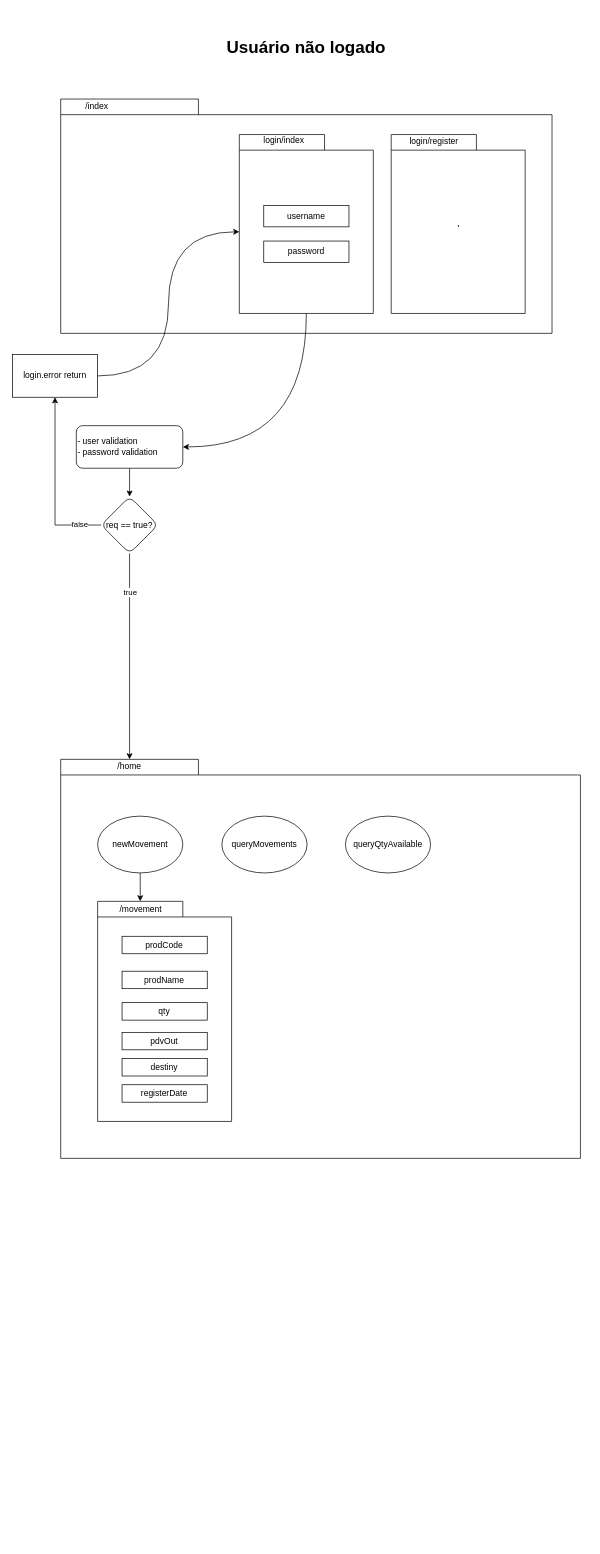
The draw.io diagram Diagrama sem nome.drawio in caioreges/caioreges, before the edit. Source tidied: cells renumbered, new cells numbered last; positions are measured from the earlier drawing's top-left corner, leaving out a move shared by most shapes. Both pictures are drawn from the tidied source at 71%, with x=0, y=0 at pixel (12, 28).
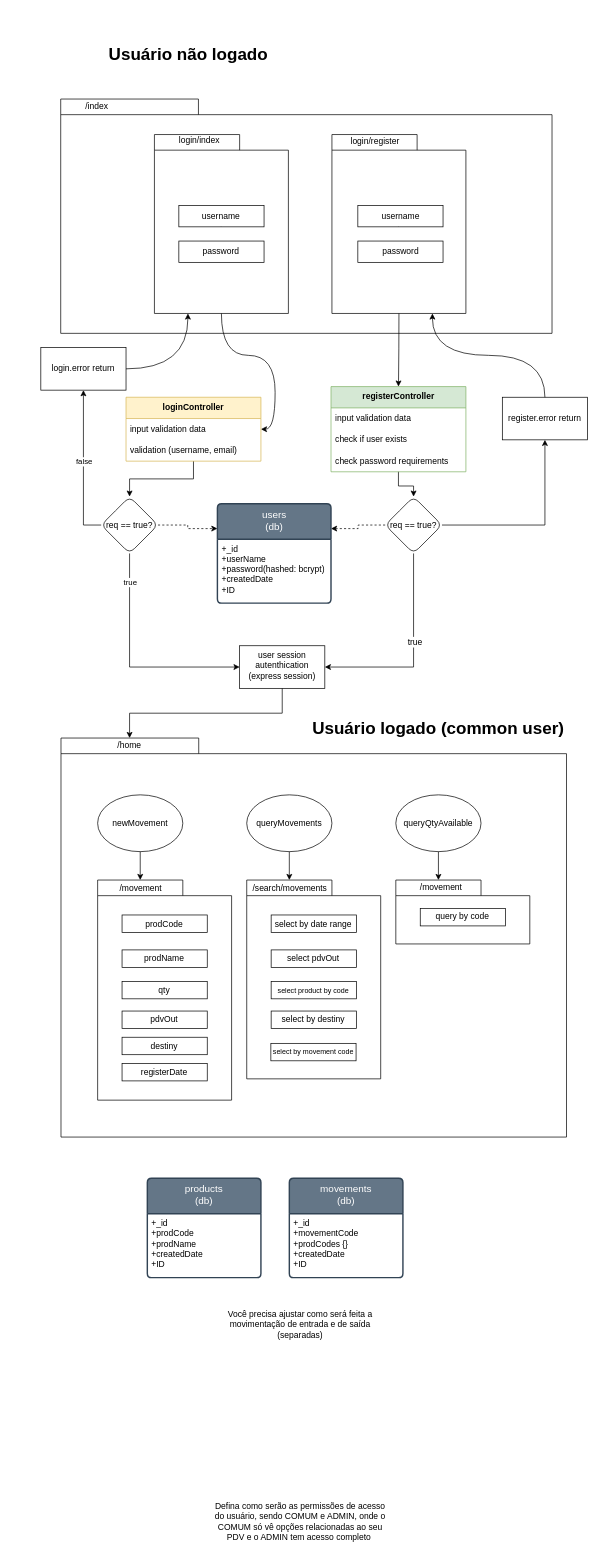
After the change.

Commit message:
interface de login e cadastro criadas

Unchanged cells that the change refers to:
```xml
<mxCell id="4" style="group;" parent="1" vertex="1">
  <mxGeometry x="68" y="100" width="692" height="330" as="geometry" />
</mxCell>
<mxCell id="8" value="'" style="shape=folder;fontStyle=1;spacingTop=10;tabWidth=120;tabHeight=22;tabPosition=left;html=1;rounded=0;shadow=0;comic=0;labelBackgroundColor=none;strokeWidth=1;fillColor=none;fontFamily=Verdana;fontSize=10;align=center;" parent="7" vertex="1">
  <mxGeometry width="188.7" height="252" as="geometry" />
</mxCell>
<mxCell id="13" value="'" style="shape=folder;fontStyle=1;spacingTop=10;tabWidth=120;tabHeight=22;tabPosition=left;html=1;rounded=0;shadow=0;comic=0;labelBackgroundColor=none;strokeWidth=1;fillColor=none;fontFamily=Verdana;fontSize=10;align=center;" parent="12" vertex="1">
  <mxGeometry width="188.7" height="252" as="geometry" />
</mxCell>
<mxCell id="20" value="req == true?" style="rhombus;whiteSpace=wrap;html=1;align=center;rounded=1;" parent="1" vertex="1">
  <mxGeometry x="125" y="660" width="80" height="80" as="geometry" />
</mxCell>
```

The edit, as a diff of the source:
```diff
@@
     <mxCell id="2" value="&lt;h3&gt;&lt;b&gt;&lt;font style=&quot;font-size: 24px;&quot;&gt;Usuário não logado&lt;/font&gt;&lt;/b&gt;&lt;/h3&gt;" style="text;html=1;align=center;verticalAlign=middle;whiteSpace=wrap;rounded=0;fontSize=25;" parent="1" vertex="1">
-      <mxGeometry x="234" width="360" height="50" as="geometry" />
+      <mxGeometry x="68.4" y="10" width="360" height="50" as="geometry" />
     </mxCell>
     <mxCell id="3" style="shape=folder;fontStyle=1;spacingTop=10;tabWidth=194;tabHeight=22;tabPosition=left;html=1;rounded=0;shadow=0;comic=0;labelBackgroundColor=none;strokeWidth=1;fillColor=none;fontFamily=Verdana;fontSize=10;align=center;direction=east;" parent="1" vertex="1">
-      <mxGeometry x="68" y="1030" width="732" height="562" as="geometry" />
+      <mxGeometry x="68.4" y="1000" width="712" height="562" as="geometry" />
     </mxCell>
@@
     <mxCell id="7" style="group;align=left;" parent="4" vertex="1">
-      <mxGeometry x="251.6" y="50" width="188.7" height="252" as="geometry" />
+      <mxGeometry x="132" y="50" width="188.7" height="252" as="geometry" />
     </mxCell>
@@
     <mxCell id="12" style="group;" parent="4" vertex="1">
-      <mxGeometry x="465.5" y="50" width="188.7" height="252" as="geometry" />
+      <mxGeometry x="382" y="50" width="188.7" height="252" as="geometry" />
     </mxCell>
@@
-    <mxCell id="15" style="edgeStyle=orthogonalEdgeStyle;rounded=0;jettySize=auto;html=1;" parent="1" edge="1" source="16" target="20">
-      <mxGeometry relative="1" as="geometry" />
-    </mxCell>
-    <mxCell id="16" value="- user validation&lt;div&gt;- password validation&lt;/div&gt;" style="rounded=1;whiteSpace=wrap;html=1;align=left;" parent="1" vertex="1">
-      <mxGeometry x="90" y="560" width="150" height="60" as="geometry" />
-    </mxCell>
-    <mxCell id="17" style="edgeStyle=orthogonalEdgeStyle;rounded=0;jettySize=auto;html=1;curved=1;entryX=1;entryY=0.5;entryDx=0;entryDy=0;exitX=0.5;exitY=1;exitDx=0;exitDy=0;exitPerimeter=0;" parent="1" edge="1" source="8" target="16">
-      <mxGeometry relative="1" as="geometry" />
-    </mxCell>
+    <mxCell id="39" value="username" style="rounded=0;whiteSpace=wrap;html=1;" parent="12" vertex="1">
+      <mxGeometry x="36.5" y="100" width="120" height="30" as="geometry" />
+    </mxCell>
+    <mxCell id="40" value="password" style="rounded=0;whiteSpace=wrap;html=1;" parent="12" vertex="1">
+      <mxGeometry x="36.5" y="150" width="120" height="30" as="geometry" />
+    </mxCell>
-    <mxCell id="18" style="edgeStyle=orthogonalEdgeStyle;rounded=0;jettySize=auto;html=1;" parent="1" edge="1" source="20" target="21">
+    <mxCell id="18" style="edgeStyle=orthogonalEdgeStyle;rounded=0;jettySize=auto;html=1;exitX=0;exitY=0.5;exitDx=0;exitDy=0;" parent="1" edge="1" source="20" target="21">
       <mxGeometry relative="1" as="geometry" />
     </mxCell>
     <mxCell id="19" value="false" style="edgeLabel;html=1;align=center;verticalAlign=middle;" parent="18" vertex="1">
-      <mxGeometry x="-0.75" y="-2" relative="1" as="geometry" />
+      <mxGeometry x="-0.75" y="-2" relative="1" as="geometry">
+        <mxPoint x="-2" y="-88" as="offset" />
+      </mxGeometry>
     </mxCell>
+    <mxCell id="41" style="edgeStyle=orthogonalEdgeStyle;rounded=0;jettySize=auto;html=1;entryX=0;entryY=0.25;entryDx=0;entryDy=0;fontFamily=Helvetica;fontSize=12;fontColor=default;dashed=1;endArrow=classic;endFill=1;" parent="1" edge="1" source="20" target="68">
+      <mxGeometry relative="1" as="geometry" />
+    </mxCell>
@@
     <mxCell id="21" value="login.error return" style="rounded=0;whiteSpace=wrap;html=1;" parent="1" vertex="1">
-      <mxGeometry y="460" width="120" height="60" as="geometry" />
+      <mxGeometry x="40" y="450" width="120" height="60" as="geometry" />
     </mxCell>
-    <mxCell id="22" style="rounded=1;jettySize=auto;html=1;entryX=0;entryY=0;entryDx=0;entryDy=137;entryPerimeter=0;edgeStyle=orthogonalEdgeStyle;curved=1;" parent="1" edge="1" source="21" target="8">
+    <mxCell id="22" style="rounded=1;jettySize=auto;html=1;entryX=0.25;entryY=1;entryDx=0;entryDy=0;entryPerimeter=0;edgeStyle=orthogonalEdgeStyle;curved=1;" parent="1" edge="1" source="21" target="8">
       <mxGeometry relative="1" as="geometry" />
     </mxCell>
-    <mxCell id="23" style="edgeStyle=orthogonalEdgeStyle;rounded=0;jettySize=auto;html=1;entryX=0;entryY=0;entryDx=97;entryDy=0;entryPerimeter=0;" parent="1" edge="1" source="20" target="3">
+    <mxCell id="23" style="edgeStyle=orthogonalEdgeStyle;rounded=0;jettySize=auto;html=1;exitX=0.5;exitY=1;exitDx=0;exitDy=0;entryX=0;entryY=0.5;entryDx=0;entryDy=0;" parent="1" edge="1" source="20" target="67">
       <mxGeometry relative="1" as="geometry" />
     </mxCell>
     <mxCell id="24" value="true" style="edgeLabel;html=1;align=center;verticalAlign=middle;" parent="23" vertex="1">
-      <mxGeometry x="-0.63" relative="1" as="geometry" />
+      <mxGeometry x="-0.63" relative="1" as="geometry">
+        <mxPoint y="-18" as="offset" />
+      </mxGeometry>
     </mxCell>
     <mxCell id="25" value="/home" style="text;html=1;align=center;verticalAlign=middle;whiteSpace=wrap;rounded=0;" parent="1" vertex="1">
-      <mxGeometry x="135" y="1030" width="60" height="20" as="geometry" />
+      <mxGeometry x="135" y="1000" width="60" height="20" as="geometry" />
     </mxCell>
     <mxCell id="26" value="newMovement" style="ellipse;whiteSpace=wrap;html=1;" parent="1" vertex="1">
-      <mxGeometry x="120" y="1110" width="120" height="80" as="geometry" />
+      <mxGeometry x="120" y="1080" width="120" height="80" as="geometry" />
     </mxCell>
     <mxCell id="27" value="queryMovements" style="ellipse;whiteSpace=wrap;html=1;" parent="1" vertex="1">
-      <mxGeometry x="295" y="1110" width="120" height="80" as="geometry" />
+      <mxGeometry x="330" y="1080" width="120" height="80" as="geometry" />
     </mxCell>
     <mxCell id="28" value="queryQtyAvailable" style="ellipse;whiteSpace=wrap;html=1;" parent="1" vertex="1">
-      <mxGeometry x="469" y="1110" width="120" height="80" as="geometry" />
+      <mxGeometry x="540" y="1080" width="120" height="80" as="geometry" />
     </mxCell>
     <mxCell id="29" style="group;direction=west;" parent="1" vertex="1">
-      <mxGeometry x="120" y="1230" width="188.7" height="310" as="geometry" />
+      <mxGeometry x="120" y="1200" width="188.7" height="310" as="geometry" />
     </mxCell>
@@
+    <mxCell id="42" style="edgeStyle=orthogonalEdgeStyle;rounded=0;jettySize=auto;html=1;entryX=0;entryY=0;entryDx=60;entryDy=0;entryPerimeter=0;" parent="1" edge="1" source="27" target="71">
+      <mxGeometry relative="1" as="geometry" />
+    </mxCell>
+    <mxCell id="43" style="group;direction=west;" parent="1" vertex="1">
+      <mxGeometry x="540" y="1200" width="188.7" height="90" as="geometry" />
+    </mxCell>
+    <mxCell id="44" style="shape=folder;fontStyle=1;spacingTop=10;tabWidth=120;tabHeight=22;tabPosition=left;html=1;rounded=0;shadow=0;comic=0;labelBackgroundColor=none;strokeWidth=1;fillColor=none;fontFamily=Verdana;fontSize=10;align=center;" parent="43" vertex="1">
+      <mxGeometry width="188.7" height="90" as="geometry" />
+    </mxCell>
+    <mxCell id="45" value="/movement" style="text;html=1;align=center;verticalAlign=middle;whiteSpace=wrap;rounded=0;" parent="43" vertex="1">
+      <mxGeometry x="20" width="88.1" height="20" as="geometry" />
+    </mxCell>
+    <mxCell id="46" value="query by code" style="rounded=0;whiteSpace=wrap;html=1;" parent="43" vertex="1">
+      <mxGeometry x="34.4" y="40" width="120" height="24.6" as="geometry" />
+    </mxCell>
+    <mxCell id="47" style="edgeStyle=orthogonalEdgeStyle;rounded=0;jettySize=auto;html=1;entryX=0;entryY=0;entryDx=60;entryDy=0;entryPerimeter=0;fontFamily=Helvetica;fontSize=12;fontColor=default;" parent="1" edge="1" source="28" target="44">
+      <mxGeometry relative="1" as="geometry" />
+    </mxCell>
+    <mxCell id="48" style="edgeStyle=orthogonalEdgeStyle;rounded=0;jettySize=auto;html=1;curved=1;entryX=1;entryY=0.5;entryDx=0;entryDy=0;exitX=0.5;exitY=1;exitDx=0;exitDy=0;exitPerimeter=0;" parent="1" edge="1" source="8" target="50">
+      <mxGeometry relative="1" as="geometry" />
+    </mxCell>
+    <mxCell id="49" style="edgeStyle=orthogonalEdgeStyle;rounded=0;jettySize=auto;html=1;entryX=0.5;entryY=0;entryDx=0;entryDy=0;fontFamily=Helvetica;fontSize=12;fontColor=default;" parent="1" edge="1" source="50" target="20">
+      <mxGeometry relative="1" as="geometry" />
+    </mxCell>
+    <mxCell id="50" value="&lt;b&gt;loginController&lt;/b&gt;" style="swimlane;fontStyle=0;horizontal=1;startSize=30;whiteSpace=wrap;html=1;align=center;verticalAlign=top;fontFamily=Helvetica;fontSize=12;fillColor=#fff2cc;strokeColor=#d6b656;" parent="1" vertex="1">
+      <mxGeometry x="160" y="520" width="190" height="90" as="geometry" />
+    </mxCell>
+    <mxCell id="51" value="input validation data" style="text;strokeColor=none;fillColor=none;align=left;verticalAlign=middle;spacingLeft=4;spacingRight=4;overflow=hidden;whiteSpace=wrap;html=1;fontFamily=Helvetica;fontSize=12;fontColor=default;" parent="50" vertex="1">
+      <mxGeometry y="30" width="190" height="30" as="geometry" />
+    </mxCell>
+    <mxCell id="52" value="validation (username, email)" style="text;strokeColor=none;fillColor=none;align=left;verticalAlign=middle;spacingLeft=4;spacingRight=4;overflow=hidden;whiteSpace=wrap;html=1;fontFamily=Helvetica;fontSize=12;fontColor=default;" parent="50" vertex="1">
+      <mxGeometry y="60" width="190" height="30" as="geometry" />
+    </mxCell>
+    <mxCell id="53" style="edgeStyle=orthogonalEdgeStyle;rounded=0;jettySize=auto;html=1;fontFamily=Helvetica;fontSize=12;fontColor=default;" parent="1" edge="1" source="54" target="63">
+      <mxGeometry relative="1" as="geometry" />
+    </mxCell>
+    <mxCell id="54" value="&lt;b&gt;registerController&lt;/b&gt;" style="swimlane;fontStyle=0;horizontal=1;startSize=30;whiteSpace=wrap;html=1;align=center;verticalAlign=top;fontFamily=Helvetica;fontSize=12;fillColor=#d5e8d4;strokeColor=#82b366;" parent="1" vertex="1">
+      <mxGeometry x="448.7" y="505" width="190" height="120" as="geometry" />
+    </mxCell>
+    <mxCell id="55" value="input validation data" style="text;strokeColor=none;fillColor=none;align=left;verticalAlign=middle;spacingLeft=4;spacingRight=4;overflow=hidden;whiteSpace=wrap;html=1;fontFamily=Helvetica;fontSize=12;fontColor=default;" parent="54" vertex="1">
+      <mxGeometry y="30" width="190" height="30" as="geometry" />
+    </mxCell>
+    <mxCell id="56" value="check if user exists" style="text;strokeColor=none;fillColor=none;align=left;verticalAlign=middle;spacingLeft=4;spacingRight=4;overflow=hidden;whiteSpace=wrap;html=1;fontFamily=Helvetica;fontSize=12;fontColor=default;" parent="54" vertex="1">
+      <mxGeometry y="60" width="190" height="30" as="geometry" />
+    </mxCell>
+    <mxCell id="57" value="check password requirements" style="text;strokeColor=none;fillColor=none;align=left;verticalAlign=middle;spacingLeft=4;spacingRight=4;overflow=hidden;whiteSpace=wrap;html=1;fontFamily=Helvetica;fontSize=12;fontColor=default;" parent="54" vertex="1">
+      <mxGeometry y="90" width="190" height="30" as="geometry" />
+    </mxCell>
+    <mxCell id="58" style="edgeStyle=orthogonalEdgeStyle;rounded=0;jettySize=auto;html=1;fontFamily=Helvetica;fontSize=12;fontColor=default;entryX=0.5;entryY=0;entryDx=0;entryDy=0;curved=1;" parent="1" edge="1" source="13" target="54">
+      <mxGeometry relative="1" as="geometry" />
+    </mxCell>
+    <mxCell id="59" style="edgeStyle=orthogonalEdgeStyle;rounded=0;jettySize=auto;html=1;fontFamily=Helvetica;fontSize=12;fontColor=default;entryX=0.5;entryY=1;entryDx=0;entryDy=0;" parent="1" edge="1" source="63" target="64">
+      <mxGeometry relative="1" as="geometry" />
+    </mxCell>
+    <mxCell id="60" style="edgeStyle=orthogonalEdgeStyle;rounded=0;jettySize=auto;html=1;fontFamily=Helvetica;fontSize=12;fontColor=default;entryX=1;entryY=0.5;entryDx=0;entryDy=0;exitX=0.5;exitY=1;exitDx=0;exitDy=0;" parent="1" edge="1" source="63" target="67">
+      <mxGeometry relative="1" as="geometry" />
+    </mxCell>
+    <mxCell id="61" value="true" style="edgeLabel;html=1;align=center;verticalAlign=middle;fontFamily=Helvetica;fontSize=12;fontColor=default;fillColor=none;gradientColor=none;" parent="60" vertex="1">
+      <mxGeometry x="-0.13" y="1" relative="1" as="geometry" />
+    </mxCell>
+    <mxCell id="62" style="edgeStyle=orthogonalEdgeStyle;rounded=0;jettySize=auto;html=1;entryX=1;entryY=0.25;entryDx=0;entryDy=0;fontFamily=Helvetica;fontSize=12;fontColor=default;dashed=1;endArrow=classic;endFill=1;" parent="1" edge="1" source="63" target="68">
+      <mxGeometry relative="1" as="geometry" />
+    </mxCell>
+    <mxCell id="63" value="req == true?" style="rhombus;whiteSpace=wrap;html=1;align=center;rounded=1;" parent="1" vertex="1">
+      <mxGeometry x="525" y="660" width="80" height="80" as="geometry" />
+    </mxCell>
+    <mxCell id="64" value="register.error return" style="rounded=0;whiteSpace=wrap;html=1;" parent="1" vertex="1">
+      <mxGeometry x="690" y="520" width="120" height="60" as="geometry" />
+    </mxCell>
+    <mxCell id="65" style="edgeStyle=orthogonalEdgeStyle;rounded=0;jettySize=auto;html=1;entryX=0.75;entryY=1;entryDx=0;entryDy=0;entryPerimeter=0;fontFamily=Helvetica;fontSize=12;fontColor=default;curved=1;exitX=0.5;exitY=0;exitDx=0;exitDy=0;" parent="1" edge="1" source="64" target="13">
+      <mxGeometry relative="1" as="geometry" />
+    </mxCell>
+    <mxCell id="66" style="edgeStyle=orthogonalEdgeStyle;rounded=0;jettySize=auto;html=1;entryX=0.5;entryY=0;entryDx=0;entryDy=0;fontFamily=Helvetica;fontSize=12;fontColor=default;exitX=0.5;exitY=1;exitDx=0;exitDy=0;" parent="1" edge="1" source="67" target="25">
+      <mxGeometry relative="1" as="geometry" />
+    </mxCell>
+    <mxCell id="67" value="user session autenthication&lt;br&gt;(express session)" style="rounded=0;whiteSpace=wrap;html=1;align=center;verticalAlign=top;fontFamily=Helvetica;fontSize=12;fontColor=default;fillColor=none;gradientColor=none;" parent="1" vertex="1">
+      <mxGeometry x="320" y="870" width="120" height="60" as="geometry" />
+    </mxCell>
+    <mxCell id="68" value="users&lt;br&gt;(db)" style="swimlane;horizontal=1;startSize=50;rounded=1;fontSize=14;fontStyle=0;strokeWidth=2;shadow=0;dashed=0;align=center;arcSize=4;whiteSpace=wrap;html=1;verticalAlign=top;fontFamily=Helvetica;fillColor=#647687;strokeColor=#314354;fontColor=#ffffff;" parent="1" vertex="1">
+      <mxGeometry x="288.7" y="670" width="160" height="140" as="geometry" />
+    </mxCell>
+    <mxCell id="69" value="+_id&lt;br&gt;+userName&lt;br&gt;+password(hashed: bcrypt)&lt;div&gt;+createdDate&lt;/div&gt;&lt;div&gt;+ID&lt;/div&gt;" style="align=left;strokeColor=none;fillColor=none;spacingLeft=4;fontSize=12;verticalAlign=top;html=1;fontFamily=Helvetica;fontColor=default;" parent="68" vertex="1">
+      <mxGeometry y="50" width="160" height="90" as="geometry" />
+    </mxCell>
+    <mxCell id="70" style="group;" parent="1" vertex="1">
+      <mxGeometry x="330" y="1200" width="188.7" height="280" as="geometry" />
+    </mxCell>
+    <mxCell id="71" style="shape=folder;fontStyle=1;spacingTop=10;tabWidth=120;tabHeight=22;tabPosition=left;html=1;rounded=0;shadow=0;comic=0;labelBackgroundColor=none;strokeWidth=1;fillColor=none;fontFamily=Verdana;fontSize=10;align=center;" parent="70" vertex="1">
+      <mxGeometry width="188.7" height="280" as="geometry" />
+    </mxCell>
+    <mxCell id="72" value="/search/movements" style="text;html=1;align=center;verticalAlign=middle;whiteSpace=wrap;rounded=0;" parent="70" vertex="1">
+      <mxGeometry x="16.5" width="88.1" height="24.6" as="geometry" />
+    </mxCell>
+    <mxCell id="73" value="select by date range" style="rounded=0;whiteSpace=wrap;html=1;" parent="70" vertex="1">
+      <mxGeometry x="34.4" y="49.2" width="120" height="24.6" as="geometry" />
+    </mxCell>
+    <mxCell id="74" value="select pdvOut" style="rounded=0;whiteSpace=wrap;html=1;" parent="70" vertex="1">
+      <mxGeometry x="34.4" y="98.4" width="120" height="24.6" as="geometry" />
+    </mxCell>
+    <mxCell id="75" value="&lt;font style=&quot;font-size: 10px;&quot;&gt;select product by code&lt;/font&gt;" style="rounded=0;whiteSpace=wrap;html=1;" parent="70" vertex="1">
+      <mxGeometry x="34.4" y="142.7" width="120" height="24.6" as="geometry" />
+    </mxCell>
+    <mxCell id="76" value="select by destiny" style="rounded=0;whiteSpace=wrap;html=1;" parent="70" vertex="1">
+      <mxGeometry x="34.4" y="184.5" width="120" height="24.6" as="geometry" />
+    </mxCell>
+    <mxCell id="77" value="&lt;font style=&quot;font-size: 10px;&quot;&gt;select by movement code&lt;/font&gt;" style="rounded=0;whiteSpace=wrap;html=1;" parent="70" vertex="1">
+      <mxGeometry x="34" y="230" width="120" height="24.6" as="geometry" />
+    </mxCell>
+    <mxCell id="78" value="products&lt;br&gt;(db)" style="swimlane;horizontal=1;startSize=50;rounded=1;fontSize=14;fontStyle=0;strokeWidth=2;shadow=0;dashed=0;align=center;arcSize=4;whiteSpace=wrap;html=1;verticalAlign=top;fontFamily=Helvetica;fillColor=#647687;strokeColor=#314354;fontColor=#ffffff;" parent="1" vertex="1">
+      <mxGeometry x="190" y="1620" width="160" height="140" as="geometry" />
+    </mxCell>
+    <mxCell id="79" value="+_id&lt;br&gt;+prodCode&lt;br&gt;&lt;div&gt;+prodName&lt;br&gt;+createdDate&lt;/div&gt;&lt;div&gt;+ID&lt;/div&gt;" style="align=left;strokeColor=none;fillColor=none;spacingLeft=4;fontSize=12;verticalAlign=top;html=1;fontFamily=Helvetica;fontColor=default;" parent="78" vertex="1">
+      <mxGeometry y="50" width="160" height="90" as="geometry" />
+    </mxCell>
+    <mxCell id="80" value="movements&lt;br&gt;(db)" style="swimlane;horizontal=1;startSize=50;rounded=1;fontSize=14;fontStyle=0;strokeWidth=2;shadow=0;dashed=0;align=center;arcSize=4;whiteSpace=wrap;html=1;verticalAlign=top;fontFamily=Helvetica;fillColor=#647687;strokeColor=#314354;fontColor=#ffffff;" parent="1" vertex="1">
+      <mxGeometry x="390" y="1620" width="160" height="140" as="geometry" />
+    </mxCell>
+    <mxCell id="81" value="+_id&lt;br&gt;+movementCode&lt;br&gt;&lt;div&gt;+prodCodes {}&lt;br&gt;+createdDate&lt;/div&gt;&lt;div&gt;+ID&lt;/div&gt;" style="align=left;strokeColor=none;fillColor=none;spacingLeft=4;fontSize=12;verticalAlign=top;html=1;fontFamily=Helvetica;fontColor=default;" parent="80" vertex="1">
+      <mxGeometry y="50" width="160" height="90" as="geometry" />
+    </mxCell>
+    <mxCell id="82" value="&lt;h3&gt;&lt;b&gt;&lt;font style=&quot;font-size: 24px;&quot;&gt;Usuário logado (common user)&lt;/font&gt;&lt;/b&gt;&lt;/h3&gt;" style="text;html=1;align=center;verticalAlign=middle;whiteSpace=wrap;rounded=0;fontSize=25;" parent="1" vertex="1">
+      <mxGeometry x="420.4" y="960" width="360" height="50" as="geometry" />
+    </mxCell>
+    <mxCell id="83" value="Você precisa ajustar como será feita a movimentação de entrada e de saída (separadas)" style="text;html=1;align=center;verticalAlign=middle;whiteSpace=wrap;rounded=0;fontFamily=Helvetica;fontSize=12;fontColor=default;" parent="1" vertex="1">
+      <mxGeometry x="282" y="1811" width="247" height="30" as="geometry" />
+    </mxCell>
+    <mxCell id="84" value="Defina como serão as permissões de acesso do usuário, sendo COMUM e ADMIN, onde o COMUM só vê opções relacionadas ao seu PDV e o ADMIN tem acesso completo&amp;nbsp;" style="text;html=1;align=center;verticalAlign=middle;whiteSpace=wrap;rounded=0;fontFamily=Helvetica;fontSize=12;fontColor=default;" parent="1" vertex="1">
+      <mxGeometry x="282" y="2089" width="247" height="30" as="geometry" />
+    </mxCell>
```
